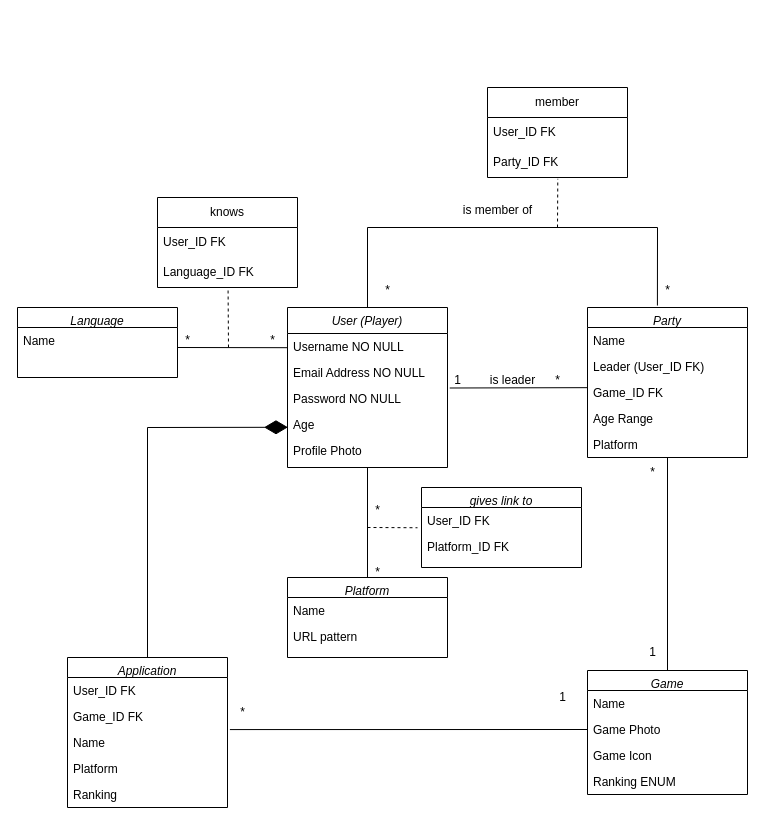
The draw.io diagram class_diagram.drawio in Alex-Verh/wegame, before the edit. Source tidied: cells renumbered, new cells numbered last; positions are measured from the earlier drawing's top-left corner, leaving out a move shared by most shapes. Both pictures are drawn from the tidied source at 100%, with x=0, y=0 at pixel (17, 87).
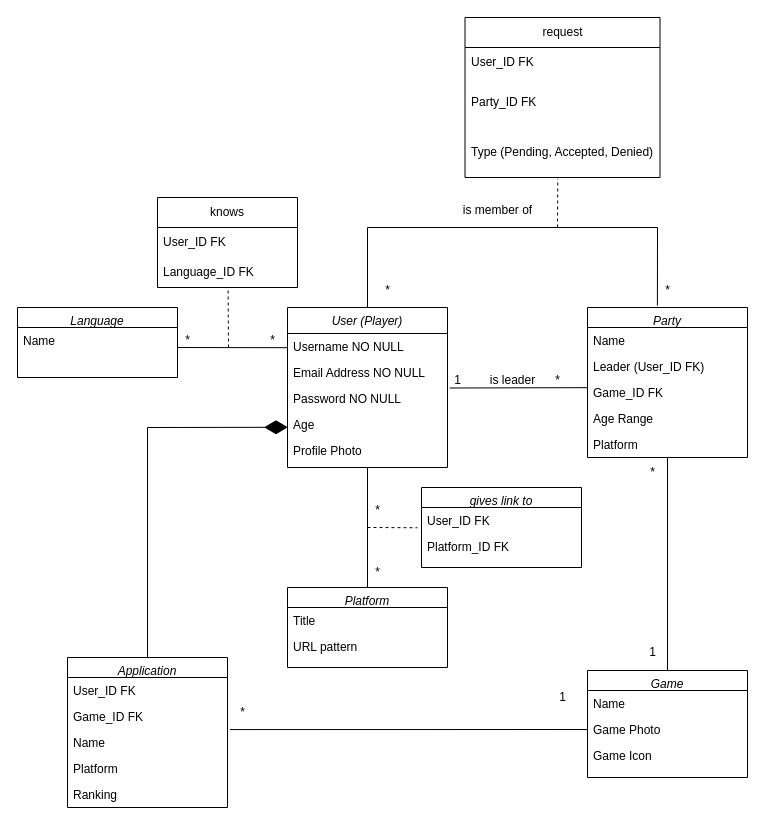
After the change.

Commit message:
added requests to class diagram

Diff of the diagram source:
```diff
@@
     <mxCell id="24" value="Game" style="swimlane;fontStyle=2;align=center;verticalAlign=top;horizontal=1;startSize=20;rounded=0;shadow=0;strokeWidth=1;" parent="1" vertex="1">
-      <mxGeometry x="570" y="583" width="160" height="124" as="geometry" />
+      <mxGeometry x="570" y="583" width="160" height="107" as="geometry" />
     </mxCell>
@@
-    <mxCell id="28" value="Ranking ENUM" style="text;align=left;verticalAlign=top;spacingLeft=4;spacingRight=4;overflow=hidden;rounded=0;shadow=0;html=0;" parent="24" vertex="1">
-      <mxGeometry y="98" width="160" height="26" as="geometry" />
-    </mxCell>
@@
-    <mxCell id="47" value="member" style="swimlane;fontStyle=0;horizontal=1;startSize=30;whiteSpace=wrap;html=1;" parent="1" vertex="1">
-      <mxGeometry x="470" width="140" height="90" as="geometry" />
+    <mxCell id="47" value="request" style="swimlane;fontStyle=0;horizontal=1;startSize=30;whiteSpace=wrap;html=1;" parent="1" vertex="1">
+      <mxGeometry x="447.5" y="-70" width="195" height="160" as="geometry" />
     </mxCell>
     <mxCell id="48" value="User_ID FK" style="text;strokeColor=none;fillColor=none;align=left;verticalAlign=middle;spacingLeft=4;spacingRight=4;overflow=hidden;whiteSpace=wrap;html=1;" parent="47" vertex="1">
-      <mxGeometry y="30" width="140" height="30" as="geometry" />
+      <mxGeometry y="30" width="195" height="30" as="geometry" />
     </mxCell>
     <mxCell id="49" value="Party_ID FK" style="text;strokeColor=none;fillColor=none;align=left;verticalAlign=middle;spacingLeft=4;spacingRight=4;overflow=hidden;whiteSpace=wrap;html=1;" parent="47" vertex="1">
-      <mxGeometry y="60" width="140" height="30" as="geometry" />
+      <mxGeometry y="60" width="195" height="50" as="geometry" />
     </mxCell>
+    <mxCell id="63" value="Type (Pending, Accepted, Denied)" style="text;strokeColor=none;fillColor=none;align=left;verticalAlign=middle;spacingLeft=4;spacingRight=4;overflow=hidden;whiteSpace=wrap;html=1;" parent="47" vertex="1">
+      <mxGeometry y="110" width="195" height="50" as="geometry" />
+    </mxCell>
@@
     <mxCell id="53" value="Platform" style="swimlane;fontStyle=2;align=center;verticalAlign=top;horizontal=1;startSize=20;rounded=0;shadow=0;strokeWidth=1;" parent="1" vertex="1">
-      <mxGeometry x="270" y="490" width="160" height="80" as="geometry" />
+      <mxGeometry x="270" y="500" width="160" height="80" as="geometry" />
     </mxCell>
-    <mxCell id="54" value="Name" style="text;align=left;verticalAlign=top;spacingLeft=4;spacingRight=4;overflow=hidden;" parent="53" vertex="1">
+    <mxCell id="54" value="Title" style="text;align=left;verticalAlign=top;spacingLeft=4;spacingRight=4;overflow=hidden;" parent="53" vertex="1">
       <mxGeometry y="20" width="160" height="26" as="geometry" />
     </mxCell>
```
